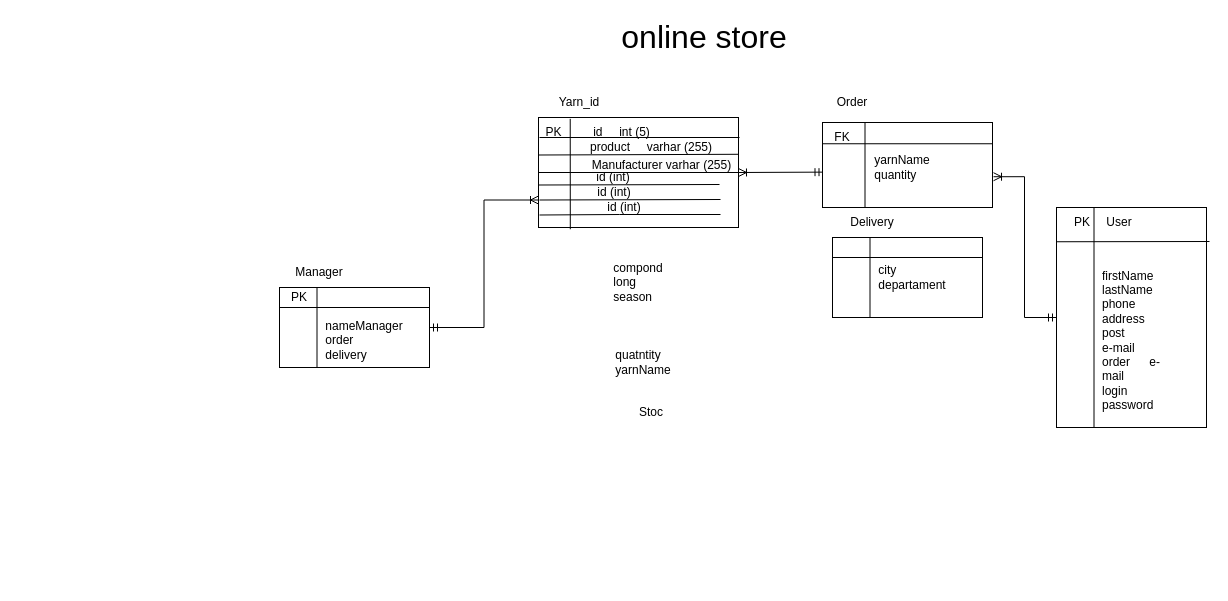
The draw.io diagram online store_study.drawio in TetianaAvd/Lesson1, before the edit. Source tidied: cells renumbered, new cells numbered last; positions are measured from the earlier drawing's top-left corner, leaving out a move shared by most shapes. Both pictures are drawn from the tidied source at 100%, with x=0, y=0 at pixel (269, 17).
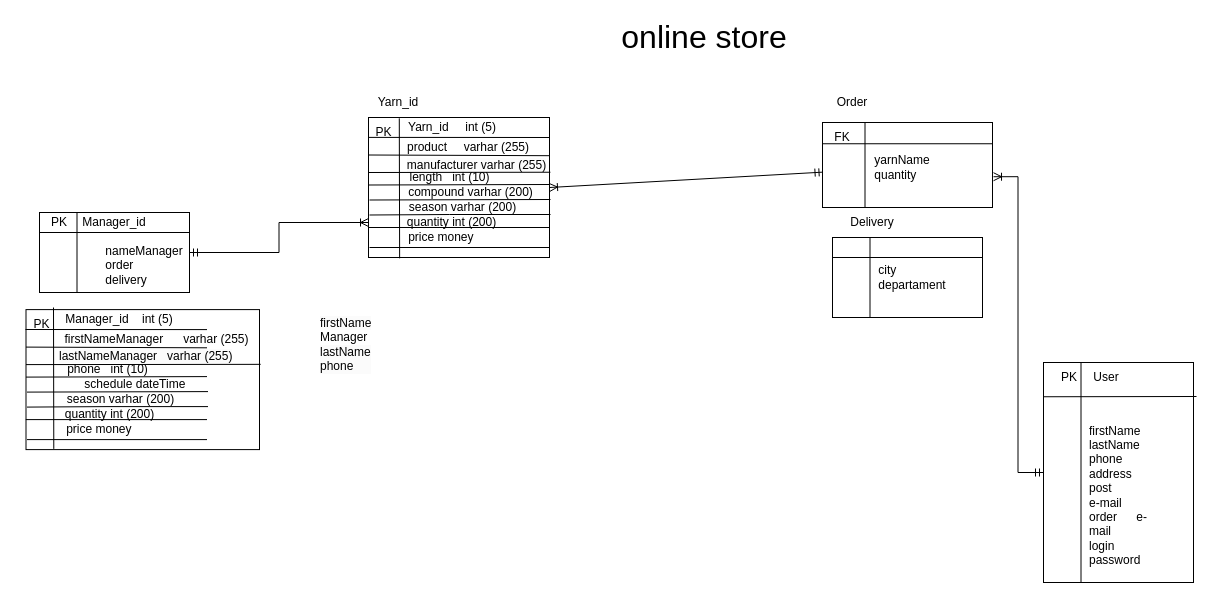
Above is the later version.

What changed in the source:
```diff
@@
     <mxCell id="2" style="rounded=0;whiteSpace=wrap;html=1;" parent="1" vertex="1">
-      <mxGeometry x="787" y="190" width="150" height="220" as="geometry" />
+      <mxGeometry x="774" y="345" width="150" height="220" as="geometry" />
     </mxCell>
     <mxCell id="3" value="User" style="text;html=1;strokeColor=none;fillColor=none;align=center;verticalAlign=middle;whiteSpace=wrap;rounded=0;" parent="1" vertex="1">
-      <mxGeometry x="820" y="190" width="60" height="30" as="geometry" />
+      <mxGeometry x="807" y="345" width="60" height="30" as="geometry" />
     </mxCell>
@@
     <mxCell id="5" style="endArrow=none;html=1;rounded=0;exitX=0.064;exitY=1.142;exitDx=0;exitDy=0;exitPerimeter=0;" parent="1" edge="1" source="6">
       <mxGeometry relative="1" as="geometry">
-        <mxPoint x="940" y="224" as="targetPoint" />
+        <mxPoint x="927" y="379" as="targetPoint" />
       </mxGeometry>
     </mxCell>
     <mxCell id="6" value="PK" style="text;html=1;strokeColor=none;fillColor=none;align=center;verticalAlign=middle;whiteSpace=wrap;rounded=0;" parent="1" vertex="1">
-      <mxGeometry x="783" y="190" width="60" height="30" as="geometry" />
+      <mxGeometry x="770" y="345" width="60" height="30" as="geometry" />
     </mxCell>
     <mxCell id="7" style="rounded=0;whiteSpace=wrap;html=1;" parent="1" vertex="1">
-      <mxGeometry x="269" y="100" width="200" height="110" as="geometry" />
+      <mxGeometry x="99" y="100" width="181" height="140" as="geometry" />
     </mxCell>
     <mxCell id="8" value="Yarn_id" style="text;html=1;strokeColor=none;fillColor=none;align=center;verticalAlign=middle;whiteSpace=wrap;rounded=0;" parent="1" vertex="1">
-      <mxGeometry x="280" y="70" width="60" height="30" as="geometry" />
+      <mxGeometry x="99" y="70" width="60" height="30" as="geometry" />
     </mxCell>
-    <mxCell id="9" style="endArrow=none;html=1;rounded=0;exitX=0.159;exitY=1.016;exitDx=0;exitDy=0;entryX=0.831;entryY=0.044;entryDx=0;entryDy=0;exitPerimeter=0;entryPerimeter=0;" parent="1" edge="1" source="7" target="10">
+    <mxCell id="9" style="endArrow=none;html=1;rounded=0;exitX=0.172;exitY=1.006;exitDx=0;exitDy=0;entryX=0.812;entryY=0.027;entryDx=0;entryDy=0;exitPerimeter=0;entryPerimeter=0;" parent="1" edge="1" source="7" target="10">
       <mxGeometry relative="1" as="geometry" />
     </mxCell>
     <mxCell id="10" value="PK" style="text;html=1;strokeColor=none;fillColor=none;align=center;verticalAlign=middle;whiteSpace=wrap;rounded=0;" parent="1" vertex="1">
-      <mxGeometry x="260" y="100" width="49" height="30" as="geometry" />
+      <mxGeometry x="90" y="100" width="49" height="30" as="geometry" />
     </mxCell>
-    <mxCell id="11" value="&lt;div style=&quot;text-align: left;&quot;&gt;&lt;span style=&quot;background-color: initial;&quot;&gt;compond&lt;/span&gt;&lt;/div&gt;&lt;div style=&quot;text-align: left;&quot;&gt;&lt;span style=&quot;background-color: initial;&quot;&gt;long&lt;/span&gt;&lt;/div&gt;&lt;div style=&quot;text-align: left;&quot;&gt;&lt;span style=&quot;background-color: initial;&quot;&gt;season&lt;/span&gt;&lt;/div&gt;" style="text;html=1;strokeColor=none;fillColor=none;align=center;verticalAlign=middle;whiteSpace=wrap;rounded=0;" parent="1" vertex="1">
-      <mxGeometry x="339" y="250" width="60" height="30" as="geometry" />
-    </mxCell>
@@
     <mxCell id="23" value="&lt;div style=&quot;text-align: left;&quot;&gt;&lt;span style=&quot;background-color: initial;&quot;&gt;firstName&lt;/span&gt;&lt;/div&gt;&lt;div style=&quot;text-align: left;&quot;&gt;&lt;span style=&quot;background-color: initial;&quot;&gt;lastName&lt;/span&gt;&lt;/div&gt;&lt;div style=&quot;text-align: left;&quot;&gt;&lt;span style=&quot;background-color: initial;&quot;&gt;phone&lt;/span&gt;&lt;/div&gt;&lt;div style=&quot;text-align: left;&quot;&gt;&lt;span style=&quot;background-color: initial;&quot;&gt;address&lt;/span&gt;&lt;/div&gt;&lt;div style=&quot;text-align: left;&quot;&gt;&lt;span style=&quot;background-color: initial;&quot;&gt;post&lt;/span&gt;&lt;/div&gt;&lt;div style=&quot;text-align: left;&quot;&gt;&lt;span style=&quot;background-color: initial;&quot;&gt;e-mail&lt;/span&gt;&lt;/div&gt;&lt;div style=&quot;text-align: justify;&quot;&gt;&lt;span style=&quot;background-color: initial;&quot;&gt;order&amp;nbsp;&lt;/span&gt;e- mail&lt;/div&gt;&lt;div style=&quot;border-color: var(--border-color); text-align: left;&quot;&gt;&lt;span style=&quot;border-color: var(--border-color); background-color: initial;&quot;&gt;login&lt;/span&gt;&lt;/div&gt;&lt;div style=&quot;border-color: var(--border-color); text-align: left;&quot;&gt;&lt;span style=&quot;border-color: var(--border-color); background-color: initial;&quot;&gt;password&lt;/span&gt;&lt;/div&gt;" style="text;html=1;strokeColor=none;fillColor=none;align=center;verticalAlign=middle;whiteSpace=wrap;rounded=0;" parent="1" vertex="1">
-      <mxGeometry x="832" y="307.5" width="60" height="30" as="geometry" />
+      <mxGeometry x="819" y="462.5" width="60" height="30" as="geometry" />
     </mxCell>
-    <mxCell id="24" value="Stoc" style="text;html=1;strokeColor=none;fillColor=none;align=center;verticalAlign=middle;whiteSpace=wrap;rounded=0;" parent="1" vertex="1">
-      <mxGeometry x="352" y="380" width="60" height="30" as="geometry" />
-    </mxCell>
-    <mxCell id="25" value="&lt;div style=&quot;text-align: left;&quot;&gt;&lt;span style=&quot;background-color: initial;&quot;&gt;quatntity&lt;/span&gt;&lt;/div&gt;yarnName" style="text;html=1;strokeColor=none;fillColor=none;align=center;verticalAlign=middle;whiteSpace=wrap;rounded=0;" parent="1" vertex="1">
-      <mxGeometry x="309" y="320" width="130" height="50" as="geometry" />
-    </mxCell>
     <mxCell id="26" style="rounded=0;whiteSpace=wrap;html=1;" parent="1" vertex="1">
-      <mxGeometry x="10" y="270" width="150" height="80" as="geometry" />
+      <mxGeometry x="-230" y="195" width="150" height="80" as="geometry" />
     </mxCell>
-    <mxCell id="27" value="Manager" style="text;html=1;strokeColor=none;fillColor=none;align=center;verticalAlign=middle;whiteSpace=wrap;rounded=0;" parent="1" vertex="1">
-      <mxGeometry x="20" y="240" width="60" height="30" as="geometry" />
+    <mxCell id="27" value="Manager_id" style="text;html=1;strokeColor=none;fillColor=none;align=center;verticalAlign=middle;whiteSpace=wrap;rounded=0;" parent="1" vertex="1">
+      <mxGeometry x="-190" y="190" width="70" height="30" as="geometry" />
     </mxCell>
@@
     <mxCell id="30" value="&lt;div style=&quot;text-align: left;&quot;&gt;nameManager&lt;/div&gt;&lt;div style=&quot;text-align: left;&quot;&gt;order&lt;/div&gt;&lt;div style=&quot;text-align: left;&quot;&gt;delivery&lt;/div&gt;" style="text;html=1;strokeColor=none;fillColor=none;align=center;verticalAlign=middle;whiteSpace=wrap;rounded=0;" parent="1" vertex="1">
-      <mxGeometry x="60" y="295" width="70" height="55" as="geometry" />
+      <mxGeometry x="-160" y="220" width="70" height="55" as="geometry" />
     </mxCell>
@@
     <mxCell id="34" value="PK" style="text;html=1;strokeColor=none;fillColor=none;align=center;verticalAlign=middle;whiteSpace=wrap;rounded=0;" parent="1" vertex="1">
-      <mxGeometry y="265" width="60" height="30" as="geometry" />
+      <mxGeometry x="-240" y="190" width="60" height="30" as="geometry" />
     </mxCell>
@@
-    <mxCell id="36" style="endArrow=none;html=1;rounded=0;exitX=0.204;exitY=0.667;exitDx=0;exitDy=0;exitPerimeter=0;" parent="1" edge="1" source="10">
+    <mxCell id="36" style="endArrow=none;html=1;rounded=0;exitX=0.204;exitY=0.667;exitDx=0;exitDy=0;exitPerimeter=0;" parent="1" edge="1">
       <mxGeometry relative="1" as="geometry">
-        <mxPoint x="470" y="120" as="targetPoint" />
+        <mxPoint x="98.5" y="119.9" as="sourcePoint" />
+        <mxPoint x="280" y="120" as="targetPoint" />
       </mxGeometry>
     </mxCell>
-    <mxCell id="37" value="id&amp;nbsp; &amp;nbsp; &amp;nbsp;int (5)" style="text;html=1;strokeColor=none;fillColor=none;align=center;verticalAlign=middle;whiteSpace=wrap;rounded=0;" parent="1" vertex="1">
-      <mxGeometry x="315" y="100" width="75" height="30" as="geometry" />
+    <mxCell id="37" value="Yarn_id&amp;nbsp; &amp;nbsp; &amp;nbsp;int (5)" style="text;html=1;strokeColor=none;fillColor=none;align=center;verticalAlign=middle;whiteSpace=wrap;rounded=0;" parent="1" vertex="1">
+      <mxGeometry x="132.5" y="95" width="100" height="30" as="geometry" />
     </mxCell>
-    <mxCell id="38" style="endArrow=none;html=1;rounded=0;exitX=0;exitY=0.75;exitDx=0;exitDy=0;entryX=0.991;entryY=0.393;entryDx=0;entryDy=0;entryPerimeter=0;" parent="1" edge="1" target="40">
+    <mxCell id="38" style="endArrow=none;html=1;rounded=0;exitX=0;exitY=0.75;exitDx=0;exitDy=0;entryX=0.968;entryY=0.44;entryDx=0;entryDy=0;entryPerimeter=0;" parent="1" edge="1" target="40">
       <mxGeometry relative="1" as="geometry">
-        <mxPoint x="269" y="137.5" as="sourcePoint" />
+        <mxPoint x="99" y="137.5" as="sourcePoint" />
       </mxGeometry>
     </mxCell>
     <mxCell id="39" value="product&amp;nbsp; &amp;nbsp; &amp;nbsp;varhar (255)" style="text;html=1;strokeColor=none;fillColor=none;align=center;verticalAlign=middle;whiteSpace=wrap;rounded=0;" parent="1" vertex="1">
-      <mxGeometry x="319" y="115" width="126" height="30" as="geometry" />
+      <mxGeometry x="136" y="115" width="126" height="30" as="geometry" />
     </mxCell>
-    <mxCell id="40" value="&lt;br&gt;&lt;span style=&quot;color: rgb(0, 0, 0); font-family: Helvetica; font-size: 12px; font-style: normal; font-variant-ligatures: normal; font-variant-caps: normal; font-weight: 400; letter-spacing: normal; orphans: 2; text-align: center; text-indent: 0px; text-transform: none; widows: 2; word-spacing: 0px; -webkit-text-stroke-width: 0px; background-color: rgb(251, 251, 251); text-decoration-thickness: initial; text-decoration-style: initial; text-decoration-color: initial; float: none; display: inline !important;&quot;&gt;Manufacturer varhar (255)&lt;/span&gt;&lt;br&gt;" style="text;html=1;strokeColor=none;fillColor=none;align=center;verticalAlign=middle;whiteSpace=wrap;rounded=0;" parent="1" vertex="1">
-      <mxGeometry x="315" y="125" width="155" height="30" as="geometry" />
+    <mxCell id="40" value="&lt;br&gt;&lt;span style=&quot;color: rgb(0, 0, 0); font-family: Helvetica; font-size: 12px; font-style: normal; font-variant-ligatures: normal; font-variant-caps: normal; font-weight: 400; letter-spacing: normal; orphans: 2; text-align: center; text-indent: 0px; text-transform: none; widows: 2; word-spacing: 0px; -webkit-text-stroke-width: 0px; background-color: rgb(251, 251, 251); text-decoration-thickness: initial; text-decoration-style: initial; text-decoration-color: initial; float: none; display: inline !important;&quot;&gt;manufacturer varhar (255)&lt;/span&gt;" style="text;html=1;strokeColor=none;fillColor=none;align=center;verticalAlign=middle;whiteSpace=wrap;rounded=0;" parent="1" vertex="1">
+      <mxGeometry x="130" y="125" width="155" height="30" as="geometry" />
     </mxCell>
     <mxCell id="41" style="endArrow=none;html=1;rounded=0;exitX=0;exitY=0.75;exitDx=0;exitDy=0;entryX=1.008;entryY=0.199;entryDx=0;entryDy=0;entryPerimeter=0;" parent="1" edge="1">
       <mxGeometry relative="1" as="geometry">
-        <mxPoint x="269" y="167.5" as="sourcePoint" />
-        <mxPoint x="450" y="167" as="targetPoint" />
+        <mxPoint x="99" y="167.5" as="sourcePoint" />
+        <mxPoint x="280" y="167" as="targetPoint" />
       </mxGeometry>
     </mxCell>
-    <mxCell id="42" value="id (int)" style="text;html=1;strokeColor=none;fillColor=none;align=center;verticalAlign=middle;whiteSpace=wrap;rounded=0;" parent="1" vertex="1">
-      <mxGeometry x="314" y="145" width="60" height="30" as="geometry" />
+    <mxCell id="42" value="length&amp;nbsp; &amp;nbsp;int (10)" style="text;html=1;strokeColor=none;fillColor=none;align=center;verticalAlign=middle;whiteSpace=wrap;rounded=0;" parent="1" vertex="1">
+      <mxGeometry x="130" y="145" width="101" height="30" as="geometry" />
     </mxCell>
     <mxCell id="43" style="endArrow=none;html=1;rounded=0;exitX=0;exitY=0.75;exitDx=0;exitDy=0;entryX=1.008;entryY=0.199;entryDx=0;entryDy=0;entryPerimeter=0;" parent="1" edge="1">
       <mxGeometry relative="1" as="geometry">
-        <mxPoint x="270" y="182.5" as="sourcePoint" />
-        <mxPoint x="451" y="182" as="targetPoint" />
+        <mxPoint x="100" y="182.5" as="sourcePoint" />
+        <mxPoint x="281" y="182" as="targetPoint" />
       </mxGeometry>
     </mxCell>
-    <mxCell id="44" value="id (int)" style="text;html=1;strokeColor=none;fillColor=none;align=center;verticalAlign=middle;whiteSpace=wrap;rounded=0;" parent="1" vertex="1">
-      <mxGeometry x="315" y="160" width="60" height="30" as="geometry" />
+    <mxCell id="44" value="compound varhar (200)" style="text;html=1;strokeColor=none;fillColor=none;align=center;verticalAlign=middle;whiteSpace=wrap;rounded=0;" parent="1" vertex="1">
+      <mxGeometry x="136" y="160" width="131" height="30" as="geometry" />
     </mxCell>
     <mxCell id="45" style="endArrow=none;html=1;rounded=0;exitX=0;exitY=0.75;exitDx=0;exitDy=0;entryX=1.008;entryY=0.199;entryDx=0;entryDy=0;entryPerimeter=0;" parent="1" edge="1">
       <mxGeometry relative="1" as="geometry">
-        <mxPoint x="270" y="197.5" as="sourcePoint" />
-        <mxPoint x="451" y="197" as="targetPoint" />
+        <mxPoint x="100" y="197.5" as="sourcePoint" />
+        <mxPoint x="281" y="197" as="targetPoint" />
         <Array as="points">
-          <mxPoint x="350" y="197" />
+          <mxPoint x="180" y="197" />
         </Array>
       </mxGeometry>
     </mxCell>
-    <mxCell id="46" value="id (int)" style="text;html=1;strokeColor=none;fillColor=none;align=center;verticalAlign=middle;whiteSpace=wrap;rounded=0;" parent="1" vertex="1">
-      <mxGeometry x="325" y="175" width="60" height="30" as="geometry" />
+    <mxCell id="46" value="season varhar&amp;nbsp;(200)" style="text;html=1;strokeColor=none;fillColor=none;align=center;verticalAlign=middle;whiteSpace=wrap;rounded=0;" parent="1" vertex="1">
+      <mxGeometry x="136" y="175" width="115" height="30" as="geometry" />
     </mxCell>
-    <mxCell id="47" style="endArrow=none;html=1;rounded=0;exitX=0;exitY=0.75;exitDx=0;exitDy=0;entryX=1;entryY=1;entryDx=0;entryDy=0;" parent="1" edge="1" target="40">
+    <mxCell id="47" style="endArrow=none;html=1;rounded=0;exitX=0;exitY=0.75;exitDx=0;exitDy=0;entryX=1.005;entryY=0.391;entryDx=0;entryDy=0;entryPerimeter=0;" parent="1" edge="1" target="7">
       <mxGeometry relative="1" as="geometry">
-        <mxPoint x="269" y="155" as="sourcePoint" />
+        <mxPoint x="99" y="155" as="sourcePoint" />
       </mxGeometry>
     </mxCell>
+    <mxCell id="48" value="quantity&amp;nbsp;int (200)" style="text;html=1;strokeColor=none;fillColor=none;align=center;verticalAlign=middle;whiteSpace=wrap;rounded=0;" parent="1" vertex="1">
+      <mxGeometry x="125" y="190" width="115" height="30" as="geometry" />
+    </mxCell>
+    <mxCell id="49" style="endArrow=none;html=1;rounded=0;exitX=-0.004;exitY=0.853;exitDx=0;exitDy=0;exitPerimeter=0;" parent="1" edge="1">
+      <mxGeometry relative="1" as="geometry">
+        <mxPoint x="98.8" y="210" as="sourcePoint" />
+        <mxPoint x="280" y="210" as="targetPoint" />
+      </mxGeometry>
+    </mxCell>
+    <mxCell id="50" style="endArrow=none;html=1;rounded=0;" parent="1" edge="1">
+      <mxGeometry relative="1" as="geometry">
+        <mxPoint x="100" y="230" as="sourcePoint" />
+        <mxPoint x="280" y="230" as="targetPoint" />
+      </mxGeometry>
+    </mxCell>
+    <mxCell id="51" value="price money&amp;nbsp;" style="text;html=1;strokeColor=none;fillColor=none;align=center;verticalAlign=middle;whiteSpace=wrap;rounded=0;" parent="1" vertex="1">
+      <mxGeometry x="116" y="205" width="115" height="30" as="geometry" />
+    </mxCell>
+    <mxCell id="52" value="&lt;div style=&quot;border-color: var(--border-color); color: rgb(0, 0, 0); font-family: Helvetica; font-size: 12px; font-style: normal; font-variant-ligatures: normal; font-variant-caps: normal; font-weight: 400; letter-spacing: normal; orphans: 2; text-indent: 0px; text-transform: none; widows: 2; word-spacing: 0px; -webkit-text-stroke-width: 0px; background-color: rgb(251, 251, 251); text-decoration-thickness: initial; text-decoration-style: initial; text-decoration-color: initial; text-align: left;&quot;&gt;&lt;span style=&quot;border-color: var(--border-color); background-color: initial;&quot;&gt;firstName&lt;/span&gt;&lt;/div&gt;Manager&lt;div style=&quot;border-color: var(--border-color); color: rgb(0, 0, 0); font-family: Helvetica; font-size: 12px; font-style: normal; font-variant-ligatures: normal; font-variant-caps: normal; font-weight: 400; letter-spacing: normal; orphans: 2; text-indent: 0px; text-transform: none; widows: 2; word-spacing: 0px; -webkit-text-stroke-width: 0px; background-color: rgb(251, 251, 251); text-decoration-thickness: initial; text-decoration-style: initial; text-decoration-color: initial; text-align: left;&quot;&gt;&lt;span style=&quot;border-color: var(--border-color); background-color: initial;&quot;&gt;lastName&lt;/span&gt;&lt;/div&gt;&lt;div style=&quot;border-color: var(--border-color); color: rgb(0, 0, 0); font-family: Helvetica; font-size: 12px; font-style: normal; font-variant-ligatures: normal; font-variant-caps: normal; font-weight: 400; letter-spacing: normal; orphans: 2; text-indent: 0px; text-transform: none; widows: 2; word-spacing: 0px; -webkit-text-stroke-width: 0px; background-color: rgb(251, 251, 251); text-decoration-thickness: initial; text-decoration-style: initial; text-decoration-color: initial; text-align: left;&quot;&gt;&lt;span style=&quot;border-color: var(--border-color); background-color: initial;&quot;&gt;phone&lt;/span&gt;&lt;/div&gt;" style="text;whiteSpace=wrap;html=1;" parent="1" vertex="1">
+      <mxGeometry x="49" y="292.1" width="160" height="70" as="geometry" />
+    </mxCell>
+    <mxCell id="53" style="rounded=0;whiteSpace=wrap;html=1;" parent="1" vertex="1">
+      <mxGeometry x="-243.5" y="292.1" width="233.5" height="140" as="geometry" />
+    </mxCell>
+    <mxCell id="54" style="endArrow=none;html=1;rounded=0;exitX=0.119;exitY=0.995;exitDx=0;exitDy=0;exitPerimeter=0;" parent="1" edge="1" source="53">
+      <mxGeometry relative="1" as="geometry">
+        <mxPoint x="-216" y="290" as="targetPoint" />
+      </mxGeometry>
+    </mxCell>
+    <mxCell id="55" value="PK" style="text;html=1;strokeColor=none;fillColor=none;align=center;verticalAlign=middle;whiteSpace=wrap;rounded=0;" parent="1" vertex="1">
+      <mxGeometry x="-252.5" y="292.1" width="49" height="30" as="geometry" />
+    </mxCell>
+    <mxCell id="56" style="endArrow=none;html=1;rounded=0;exitX=0.204;exitY=0.667;exitDx=0;exitDy=0;exitPerimeter=0;" parent="1" edge="1">
+      <mxGeometry relative="1" as="geometry">
+        <mxPoint x="-244" y="312" as="sourcePoint" />
+        <mxPoint x="-62.5" y="312.1" as="targetPoint" />
+      </mxGeometry>
+    </mxCell>
+    <mxCell id="57" value="Manager_id&amp;nbsp; &amp;nbsp; int (5)" style="text;html=1;strokeColor=none;fillColor=none;align=center;verticalAlign=middle;whiteSpace=wrap;rounded=0;" parent="1" vertex="1">
+      <mxGeometry x="-210" y="287.1" width="120" height="30" as="geometry" />
+    </mxCell>
+    <mxCell id="58" style="endArrow=none;html=1;rounded=0;exitX=0;exitY=0.75;exitDx=0;exitDy=0;entryX=0.968;entryY=0.44;entryDx=0;entryDy=0;entryPerimeter=0;" parent="1" edge="1">
+      <mxGeometry relative="1" as="geometry">
+        <mxPoint x="-243.5" y="329.6" as="sourcePoint" />
+        <mxPoint x="-62.5" y="330.3" as="targetPoint" />
+      </mxGeometry>
+    </mxCell>
+    <mxCell id="59" value="firstNameManager&amp;nbsp; &amp;nbsp; &amp;nbsp; varhar (255)" style="text;html=1;strokeColor=none;fillColor=none;align=center;verticalAlign=middle;whiteSpace=wrap;rounded=0;" parent="1" vertex="1">
+      <mxGeometry x="-206.5" y="307.1" width="186.5" height="30" as="geometry" />
+    </mxCell>
+    <mxCell id="60" style="endArrow=none;html=1;rounded=0;exitX=0;exitY=0.75;exitDx=0;exitDy=0;entryX=1.008;entryY=0.199;entryDx=0;entryDy=0;entryPerimeter=0;" parent="1" edge="1">
+      <mxGeometry relative="1" as="geometry">
+        <mxPoint x="-243.5" y="359.6" as="sourcePoint" />
+        <mxPoint x="-62.5" y="359.1" as="targetPoint" />
+      </mxGeometry>
+    </mxCell>
+    <mxCell id="61" value="phone&amp;nbsp; &amp;nbsp;int (10)" style="text;html=1;strokeColor=none;fillColor=none;align=center;verticalAlign=middle;whiteSpace=wrap;rounded=0;" parent="1" vertex="1">
+      <mxGeometry x="-212.5" y="337.1" width="101" height="30" as="geometry" />
+    </mxCell>
+    <mxCell id="62" style="endArrow=none;html=1;rounded=0;exitX=0;exitY=0.75;exitDx=0;exitDy=0;entryX=1.008;entryY=0.199;entryDx=0;entryDy=0;entryPerimeter=0;" parent="1" edge="1">
+      <mxGeometry relative="1" as="geometry">
+        <mxPoint x="-242.5" y="374.6" as="sourcePoint" />
+        <mxPoint x="-61.5" y="374.1" as="targetPoint" />
+      </mxGeometry>
+    </mxCell>
+    <mxCell id="63" value="schedule&amp;nbsp;dateTime&amp;nbsp;" style="text;html=1;strokeColor=none;fillColor=none;align=center;verticalAlign=middle;whiteSpace=wrap;rounded=0;" parent="1" vertex="1">
+      <mxGeometry x="-206.5" y="352.1" width="146.5" height="30" as="geometry" />
+    </mxCell>
+    <mxCell id="64" style="endArrow=none;html=1;rounded=0;exitX=0;exitY=0.75;exitDx=0;exitDy=0;entryX=1.008;entryY=0.199;entryDx=0;entryDy=0;entryPerimeter=0;" parent="1" edge="1">
+      <mxGeometry relative="1" as="geometry">
+        <mxPoint x="-242.5" y="389.6" as="sourcePoint" />
+        <mxPoint x="-61.5" y="389.1" as="targetPoint" />
+        <Array as="points">
+          <mxPoint x="-162.5" y="389.1" />
+        </Array>
+      </mxGeometry>
+    </mxCell>
+    <mxCell id="65" value="season varhar&amp;nbsp;(200)" style="text;html=1;strokeColor=none;fillColor=none;align=center;verticalAlign=middle;whiteSpace=wrap;rounded=0;" parent="1" vertex="1">
+      <mxGeometry x="-206.5" y="367.1" width="115" height="30" as="geometry" />
+    </mxCell>
+    <mxCell id="66" style="endArrow=none;html=1;rounded=0;exitX=0;exitY=0.75;exitDx=0;exitDy=0;entryX=1.005;entryY=0.391;entryDx=0;entryDy=0;entryPerimeter=0;" parent="1" edge="1" target="53">
+      <mxGeometry relative="1" as="geometry">
+        <mxPoint x="-243.5" y="347.1" as="sourcePoint" />
+      </mxGeometry>
+    </mxCell>
+    <mxCell id="67" value="quantity&amp;nbsp;int (200)" style="text;html=1;strokeColor=none;fillColor=none;align=center;verticalAlign=middle;whiteSpace=wrap;rounded=0;" parent="1" vertex="1">
+      <mxGeometry x="-217.5" y="382.1" width="115" height="30" as="geometry" />
+    </mxCell>
+    <mxCell id="68" style="endArrow=none;html=1;rounded=0;exitX=-0.004;exitY=0.853;exitDx=0;exitDy=0;exitPerimeter=0;" parent="1" edge="1">
+      <mxGeometry relative="1" as="geometry">
+        <mxPoint x="-243.7" y="402.1" as="sourcePoint" />
+        <mxPoint x="-62.5" y="402.1" as="targetPoint" />
+      </mxGeometry>
+    </mxCell>
+    <mxCell id="69" style="endArrow=none;html=1;rounded=0;" parent="1" edge="1">
+      <mxGeometry relative="1" as="geometry">
+        <mxPoint x="-242.5" y="422.1" as="sourcePoint" />
+        <mxPoint x="-62.5" y="422.1" as="targetPoint" />
+      </mxGeometry>
+    </mxCell>
+    <mxCell id="70" value="price money&amp;nbsp;" style="text;html=1;strokeColor=none;fillColor=none;align=center;verticalAlign=middle;whiteSpace=wrap;rounded=0;" parent="1" vertex="1">
+      <mxGeometry x="-226.5" y="397.1" width="115" height="30" as="geometry" />
+    </mxCell>
+    <mxCell id="71" value="&lt;span style=&quot;color: rgb(0, 0, 0); font-family: Helvetica; font-size: 12px; font-style: normal; font-variant-ligatures: normal; font-variant-caps: normal; font-weight: 400; letter-spacing: normal; orphans: 2; text-align: center; text-indent: 0px; text-transform: none; widows: 2; word-spacing: 0px; -webkit-text-stroke-width: 0px; background-color: rgb(251, 251, 251); text-decoration-thickness: initial; text-decoration-style: initial; text-decoration-color: initial; float: none; display: inline !important;&quot;&gt;lastNameManager&amp;nbsp; &amp;nbsp;varhar (255)&lt;/span&gt;" style="text;whiteSpace=wrap;html=1;" parent="1" vertex="1">
+      <mxGeometry x="-212.5" y="325" width="192.5" height="12.1" as="geometry" />
+    </mxCell>
```
